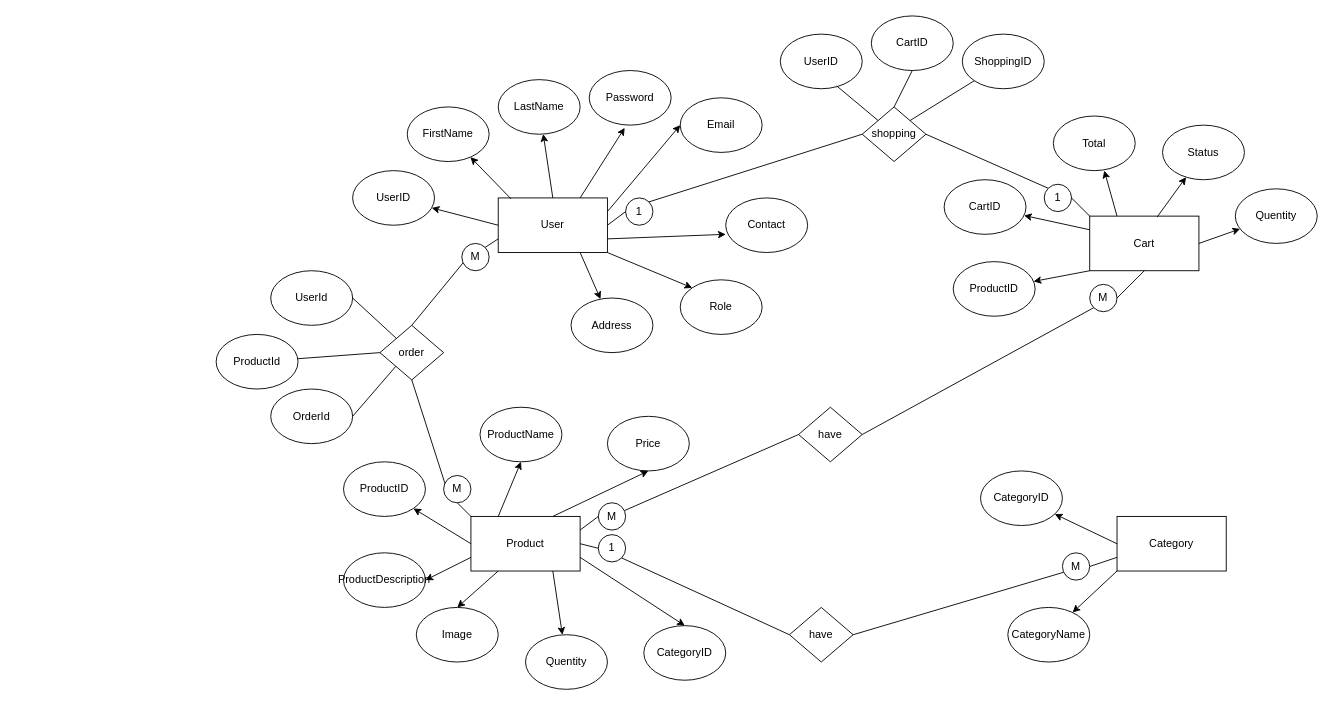
Before: page "Page-2" (2 of 3) of Task01.drawio in buddikatdk/Task01, a draw.io diagram. Source tidied: cells renumbered, new cells numbered last; positions are measured from the earlier drawing's top-left corner, leaving out a move shared by most shapes. Both pictures are drawn from the tidied source at 91%, with x=0, y=0 at pixel (216, 15).
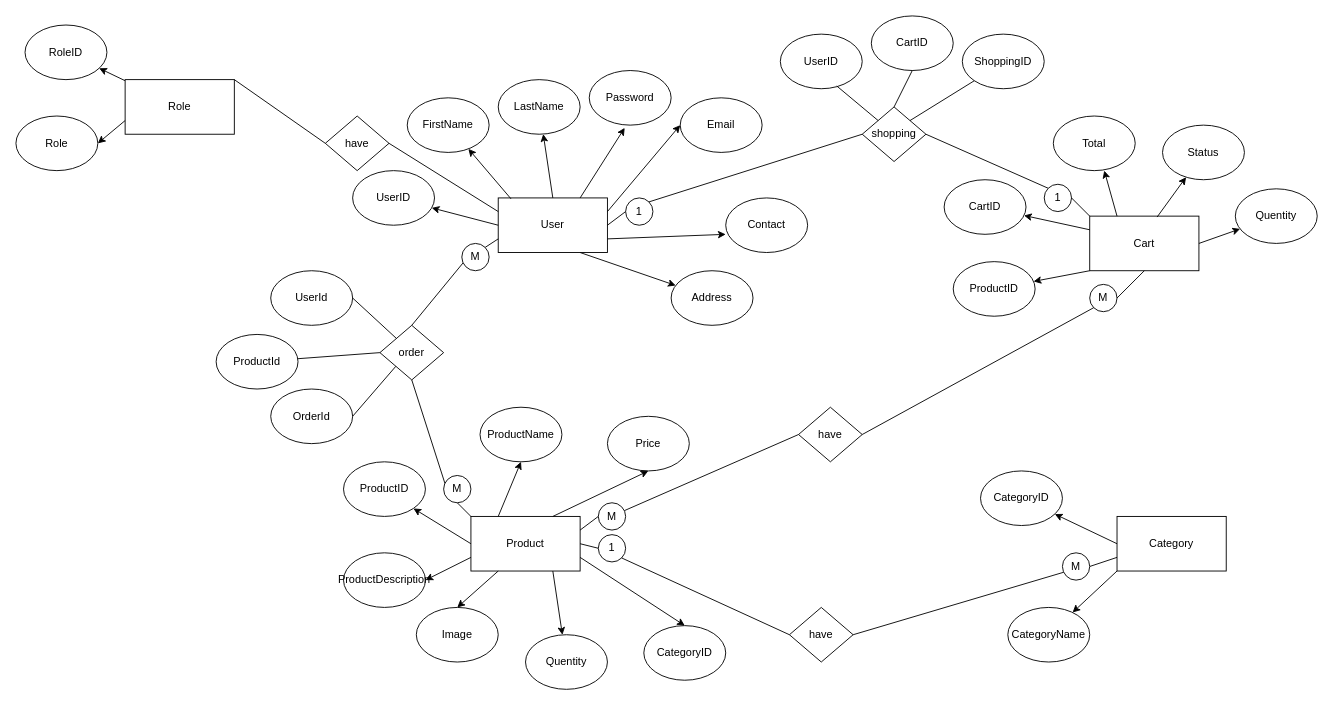
The same diagram, later.

Unchanged cells that the change refers to:
```xml
<mxCell id="2" value="User" style="rounded=0;whiteSpace=wrap;html=1;" parent="1" vertex="1">
  <mxGeometry x="310" y="200" width="120" height="60" as="geometry" />
</mxCell>
```

What changed in the source:
```diff
@@
     <mxCell id="4" value="FirstName" style="ellipse;whiteSpace=wrap;html=1;" parent="1" vertex="1">
-      <mxGeometry x="210" y="100" width="90" height="60" as="geometry" />
+      <mxGeometry x="210" y="90" width="90" height="60" as="geometry" />
     </mxCell>
@@
     <mxCell id="13" value="Address" style="ellipse;whiteSpace=wrap;html=1;" parent="1" vertex="1">
-      <mxGeometry x="390" y="310" width="90" height="60" as="geometry" />
+      <mxGeometry x="500" y="280" width="90" height="60" as="geometry" />
     </mxCell>
@@
-    <mxCell id="46" value="Role" style="ellipse;whiteSpace=wrap;html=1;" parent="1" vertex="1">
-      <mxGeometry x="510" y="290" width="90" height="60" as="geometry" />
-    </mxCell>
-    <mxCell id="47" style="endArrow=classic;html=1;rounded=0;exitX=1;exitY=1;exitDx=0;exitDy=0;entryX=0;entryY=0;entryDx=0;entryDy=0;" parent="1" edge="1" source="2" target="46">
-      <mxGeometry relative="1" as="geometry" />
-    </mxCell>
@@
+    <mxCell id="90" value="Role" style="rounded=0;whiteSpace=wrap;html=1;" parent="1" vertex="1">
+      <mxGeometry x="-100" y="70" width="120" height="60" as="geometry" />
+    </mxCell>
+    <mxCell id="91" value="RoleID" style="ellipse;whiteSpace=wrap;html=1;" parent="1" vertex="1">
+      <mxGeometry x="-210" y="10" width="90" height="60" as="geometry" />
+    </mxCell>
+    <mxCell id="92" style="endArrow=classic;html=1;rounded=0;" parent="1" edge="1" source="90" target="91">
+      <mxGeometry relative="1" as="geometry" />
+    </mxCell>
+    <mxCell id="46" value="Role" style="ellipse;whiteSpace=wrap;html=1;" parent="1" vertex="1">
+      <mxGeometry x="-220" y="110" width="90" height="60" as="geometry" />
+    </mxCell>
+    <mxCell id="93" style="endArrow=classic;html=1;rounded=0;exitX=0;exitY=0.75;exitDx=0;exitDy=0;entryX=1;entryY=0.5;entryDx=0;entryDy=0;" parent="1" edge="1" source="90" target="46">
+      <mxGeometry relative="1" as="geometry" />
+    </mxCell>
+    <mxCell id="94" value="have" style="rhombus;whiteSpace=wrap;html=1;" parent="1" vertex="1">
+      <mxGeometry x="120" y="110" width="70" height="60" as="geometry" />
+    </mxCell>
+    <mxCell id="95" style="endArrow=none;html=1;rounded=0;exitX=1;exitY=0;exitDx=0;exitDy=0;entryX=0;entryY=0.5;entryDx=0;entryDy=0;" parent="1" edge="1" source="90" target="94">
+      <mxGeometry relative="1" as="geometry" />
+    </mxCell>
+    <mxCell id="96" style="endArrow=none;html=1;rounded=0;entryX=1;entryY=0.5;entryDx=0;entryDy=0;exitX=0;exitY=0.25;exitDx=0;exitDy=0;" parent="1" edge="1" source="2" target="94">
+      <mxGeometry relative="1" as="geometry" />
+    </mxCell>
```
